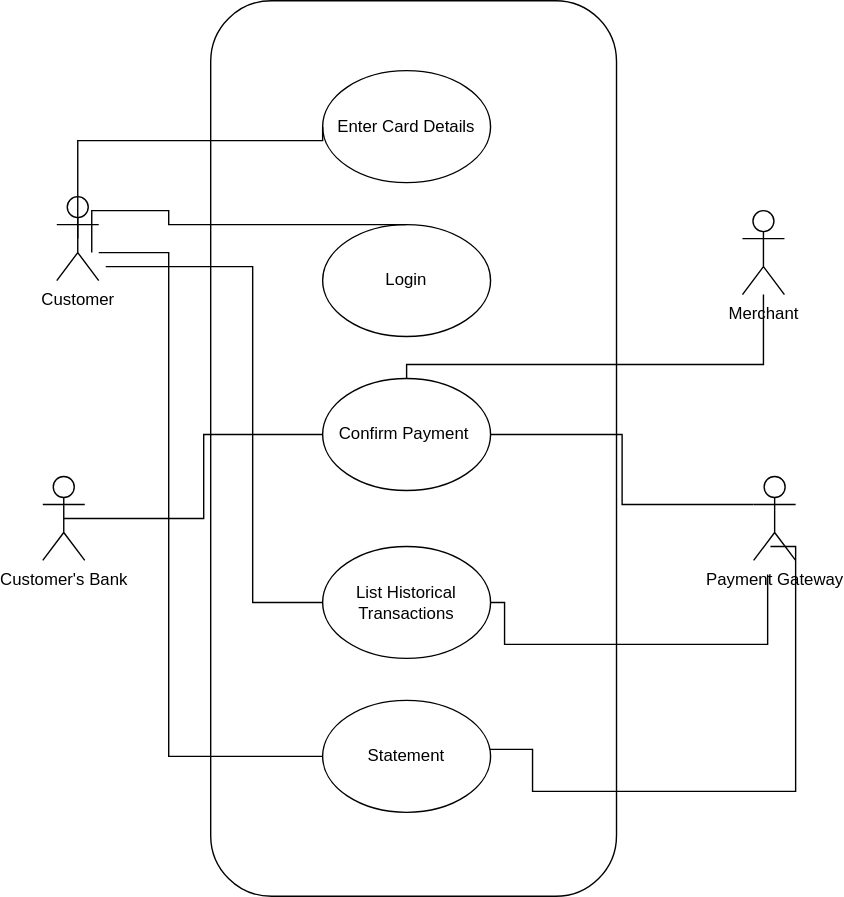
Before: docs/assets/b2c-pament-gateway-use-cases.drawio.svg, a diagram exported from draw.io (prachiphatale/b2c-payment-gateway). Source tidied: cells renumbered, new cells last; positions are measured from the earlier drawing's top-left corner, leaving out a move shared by most shapes. The source it was exported from:
```xml
<mxGraphModel>
  <root>
    <mxCell id="0" />
    <mxCell id="1" parent="0" />
    <mxCell id="2" value="Customer" style="shape=umlActor;verticalLabelPosition=bottom;verticalAlign=top;html=1;" parent="1" vertex="1">
      <mxGeometry x="10" y="140" width="30" height="60" as="geometry" />
    </mxCell>
    <mxCell id="3" value="Customer's Bank" style="shape=umlActor;verticalLabelPosition=bottom;verticalAlign=top;html=1;" parent="1" vertex="1">
      <mxGeometry y="340" width="30" height="60" as="geometry" />
    </mxCell>
    <mxCell id="4" value="Merchant" style="shape=umlActor;verticalLabelPosition=bottom;verticalAlign=top;html=1;" parent="1" vertex="1">
      <mxGeometry x="500" y="150" width="30" height="60" as="geometry" />
    </mxCell>
    <mxCell id="5" style="rounded=1;whiteSpace=wrap;html=1;" parent="1" vertex="1">
      <mxGeometry x="120" width="290" height="640" as="geometry" />
    </mxCell>
    <mxCell id="6" value="Enter Card Details" style="ellipse;whiteSpace=wrap;html=1;" parent="1" vertex="1">
      <mxGeometry x="200" y="50" width="120" height="80" as="geometry" />
    </mxCell>
    <mxCell id="7" value="Login" style="ellipse;whiteSpace=wrap;html=1;" parent="1" vertex="1">
      <mxGeometry x="200" y="160" width="120" height="80" as="geometry" />
    </mxCell>
    <mxCell id="8" value="List Historical Transactions" style="ellipse;whiteSpace=wrap;html=1;" parent="1" vertex="1">
      <mxGeometry x="200" y="390" width="120" height="80" as="geometry" />
    </mxCell>
    <mxCell id="9" value="Confirm Payment&amp;nbsp;&lt;br&gt;" style="ellipse;whiteSpace=wrap;html=1;" parent="1" vertex="1">
      <mxGeometry x="200" y="270" width="120" height="80" as="geometry" />
    </mxCell>
    <mxCell id="10" value="Payment Gateway" style="shape=umlActor;verticalLabelPosition=bottom;verticalAlign=top;html=1;" parent="1" vertex="1">
      <mxGeometry x="508" y="340" width="30" height="60" as="geometry" />
    </mxCell>
    <mxCell id="11" value="Statement" style="ellipse;whiteSpace=wrap;html=1;" parent="1" vertex="1">
      <mxGeometry x="200" y="500" width="120" height="80" as="geometry" />
    </mxCell>
    <mxCell id="12" style="endArrow=none;html=1;rounded=0;edgeStyle=orthogonalEdgeStyle;exitX=0.5;exitY=0.5;exitDx=0;exitDy=0;exitPerimeter=0;entryX=0;entryY=0.5;entryDx=0;entryDy=0;" parent="1" edge="1" source="2" target="6">
      <mxGeometry relative="1" as="geometry">
        <Array as="points">
          <mxPoint x="25" y="100" />
          <mxPoint x="200" y="100" />
        </Array>
      </mxGeometry>
    </mxCell>
    <mxCell id="13" style="endArrow=none;html=1;rounded=0;edgeStyle=orthogonalEdgeStyle;exitX=0.5;exitY=0.5;exitDx=0;exitDy=0;exitPerimeter=0;" parent="1" edge="1" target="7">
      <mxGeometry relative="1" as="geometry">
        <mxPoint x="35" y="180" as="sourcePoint" />
        <Array as="points">
          <mxPoint x="35" y="150" />
          <mxPoint x="90" y="150" />
          <mxPoint x="90" y="160" />
        </Array>
      </mxGeometry>
    </mxCell>
    <mxCell id="14" style="endArrow=none;html=1;rounded=0;edgeStyle=orthogonalEdgeStyle;exitX=0.5;exitY=0.5;exitDx=0;exitDy=0;exitPerimeter=0;entryX=0;entryY=0.5;entryDx=0;entryDy=0;" parent="1" edge="1" target="8">
      <mxGeometry relative="1" as="geometry">
        <mxPoint x="45" y="190" as="sourcePoint" />
        <Array as="points">
          <mxPoint x="150" y="190" />
          <mxPoint x="150" y="430" />
        </Array>
      </mxGeometry>
    </mxCell>
    <mxCell id="15" style="endArrow=none;html=1;rounded=0;edgeStyle=orthogonalEdgeStyle;exitX=0.5;exitY=0.5;exitDx=0;exitDy=0;exitPerimeter=0;" parent="1" edge="1" source="3" target="9">
      <mxGeometry relative="1" as="geometry" />
    </mxCell>
    <mxCell id="16" style="endArrow=none;html=1;rounded=0;edgeStyle=orthogonalEdgeStyle;entryX=0;entryY=0.5;entryDx=0;entryDy=0;" parent="1" edge="1" target="11">
      <mxGeometry relative="1" as="geometry">
        <mxPoint x="40" y="180" as="sourcePoint" />
        <Array as="points">
          <mxPoint x="90" y="180" />
          <mxPoint x="90" y="540" />
        </Array>
      </mxGeometry>
    </mxCell>
    <mxCell id="17" style="endArrow=none;html=1;rounded=0;edgeStyle=orthogonalEdgeStyle;" parent="1" edge="1" source="9" target="4">
      <mxGeometry relative="1" as="geometry">
        <Array as="points">
          <mxPoint x="260" y="260" />
          <mxPoint x="515" y="260" />
        </Array>
      </mxGeometry>
    </mxCell>
    <mxCell id="18" style="endArrow=none;html=1;rounded=0;edgeStyle=orthogonalEdgeStyle;entryX=0;entryY=0.3333333333333333;entryDx=0;entryDy=0;entryPerimeter=0;" parent="1" edge="1" source="9" target="10">
      <mxGeometry relative="1" as="geometry" />
    </mxCell>
    <mxCell id="19" style="endArrow=none;html=1;rounded=0;edgeStyle=orthogonalEdgeStyle;exitX=1;exitY=0.5;exitDx=0;exitDy=0;" parent="1" edge="1" source="8">
      <mxGeometry relative="1" as="geometry">
        <mxPoint x="518" y="410" as="targetPoint" />
        <Array as="points">
          <mxPoint x="330" y="430" />
          <mxPoint x="330" y="460" />
          <mxPoint x="518" y="460" />
        </Array>
      </mxGeometry>
    </mxCell>
    <mxCell id="20" style="endArrow=none;html=1;rounded=0;edgeStyle=orthogonalEdgeStyle;entryX=0.4;entryY=0.833;entryDx=0;entryDy=0;entryPerimeter=0;" parent="1" edge="1" source="11" target="10">
      <mxGeometry relative="1" as="geometry">
        <Array as="points">
          <mxPoint x="350" y="535" />
          <mxPoint x="350" y="565" />
          <mxPoint x="538" y="565" />
          <mxPoint x="538" y="390" />
        </Array>
      </mxGeometry>
    </mxCell>
  </root>
</mxGraphModel>
```
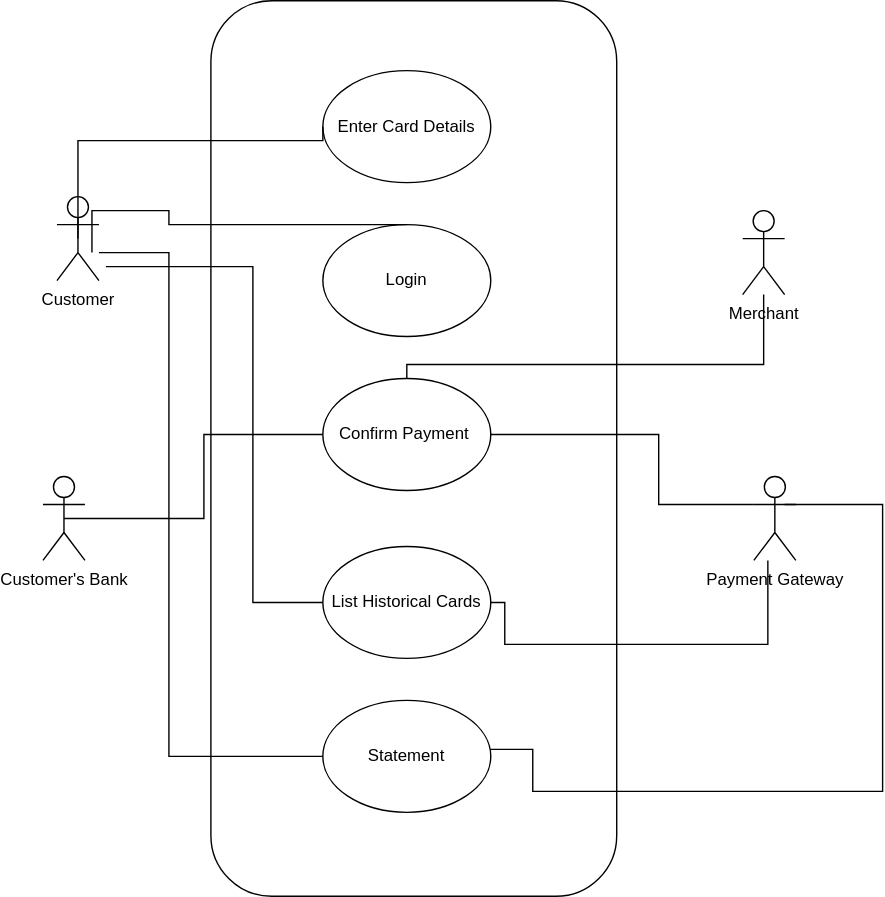
The same file after the commit.

Commit message:
Adding gitignore and correction in use-case diagram

Diff of the diagram source:
```diff
@@ -20,7 +20,7 @@
     <mxCell id="7" value="Login" style="ellipse;whiteSpace=wrap;html=1;" parent="1" vertex="1">
       <mxGeometry x="200" y="160" width="120" height="80" as="geometry" />
     </mxCell>
-    <mxCell id="8" value="List Historical Transactions" style="ellipse;whiteSpace=wrap;html=1;" parent="1" vertex="1">
+    <mxCell id="8" value="List Historical Cards" style="ellipse;whiteSpace=wrap;html=1;" parent="1" vertex="1">
       <mxGeometry x="200" y="390" width="120" height="80" as="geometry" />
     </mxCell>
     <mxCell id="9" value="Confirm Payment&amp;nbsp;&lt;br&gt;" style="ellipse;whiteSpace=wrap;html=1;" parent="1" vertex="1">
@@ -80,11 +80,15 @@
       </mxGeometry>
     </mxCell>
     <mxCell id="18" style="endArrow=none;html=1;rounded=0;edgeStyle=orthogonalEdgeStyle;entryX=0;entryY=0.3333333333333333;entryDx=0;entryDy=0;entryPerimeter=0;" parent="1" edge="1" source="9" target="10">
-      <mxGeometry relative="1" as="geometry" />
+      <mxGeometry relative="1" as="geometry">
+        <Array as="points">
+          <mxPoint x="440" y="310" />
+          <mxPoint x="440" y="360" />
+        </Array>
+      </mxGeometry>
     </mxCell>
-    <mxCell id="19" style="endArrow=none;html=1;rounded=0;edgeStyle=orthogonalEdgeStyle;exitX=1;exitY=0.5;exitDx=0;exitDy=0;" parent="1" edge="1" source="8">
+    <mxCell id="19" style="endArrow=none;html=1;rounded=0;edgeStyle=orthogonalEdgeStyle;exitX=1;exitY=0.5;exitDx=0;exitDy=0;" parent="1" edge="1" source="8" target="10">
       <mxGeometry relative="1" as="geometry">
-        <mxPoint x="518" y="410" as="targetPoint" />
         <Array as="points">
           <mxPoint x="330" y="430" />
           <mxPoint x="330" y="460" />
@@ -92,13 +96,13 @@
         </Array>
       </mxGeometry>
     </mxCell>
-    <mxCell id="20" style="endArrow=none;html=1;rounded=0;edgeStyle=orthogonalEdgeStyle;entryX=0.4;entryY=0.833;entryDx=0;entryDy=0;entryPerimeter=0;" parent="1" edge="1" source="11" target="10">
+    <mxCell id="20" style="endArrow=none;html=1;rounded=0;edgeStyle=orthogonalEdgeStyle;entryX=0.733;entryY=0.333;entryDx=0;entryDy=0;entryPerimeter=0;" parent="1" edge="1" source="11" target="10">
       <mxGeometry relative="1" as="geometry">
         <Array as="points">
           <mxPoint x="350" y="535" />
           <mxPoint x="350" y="565" />
-          <mxPoint x="538" y="565" />
-          <mxPoint x="538" y="390" />
+          <mxPoint x="600" y="565" />
+          <mxPoint x="600" y="360" />
         </Array>
       </mxGeometry>
     </mxCell>
```
